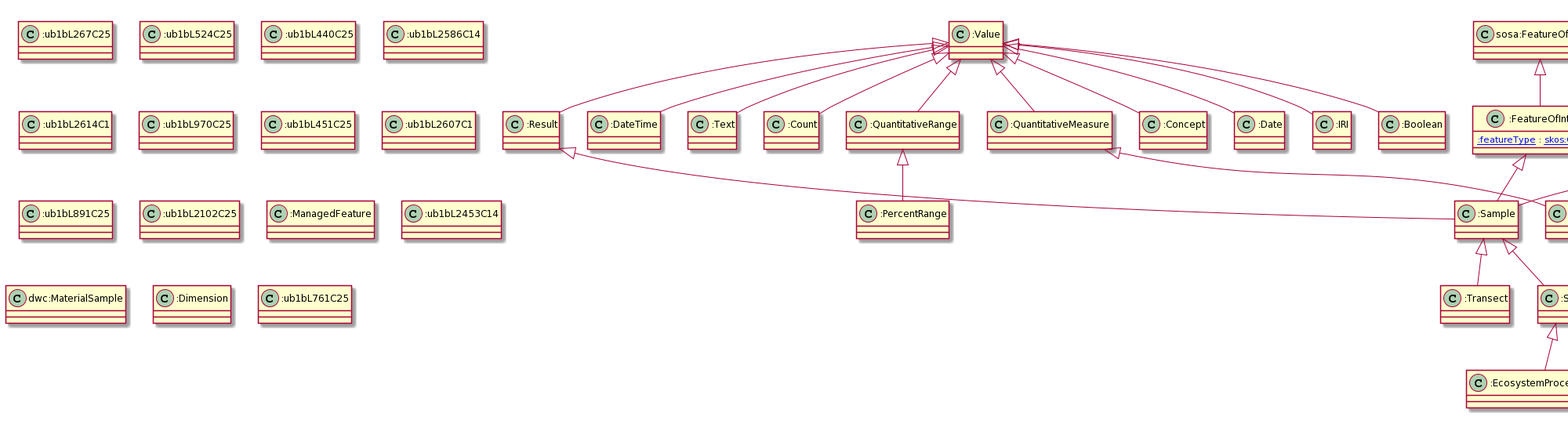
This is docs/tern.ttl.txt.png from ternaustralia/ontology_tern, a PlantUML export, as it was before one commit.
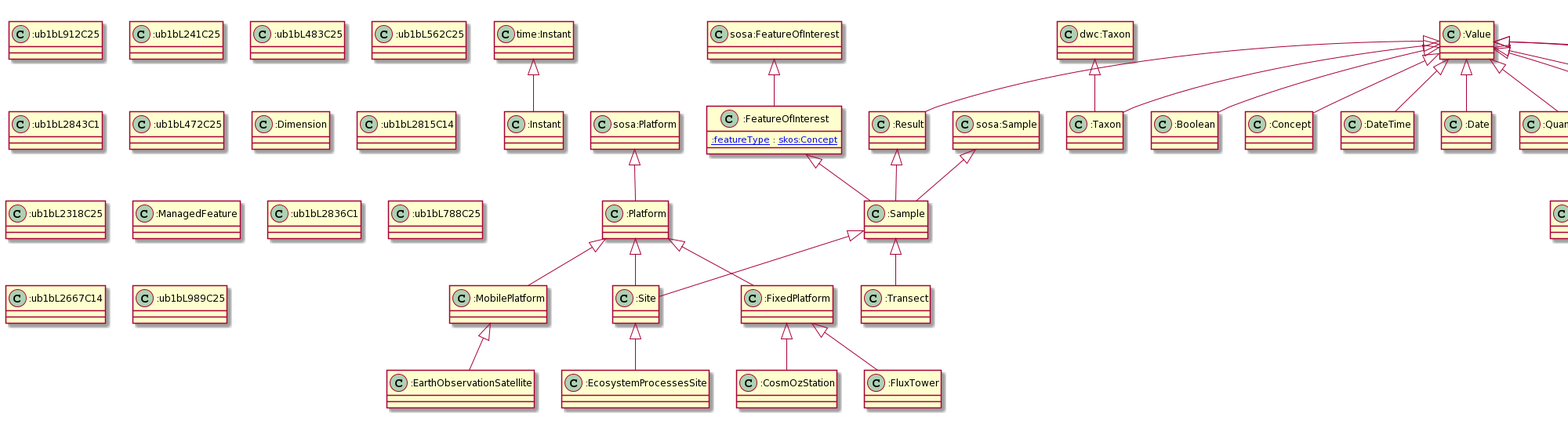
Above is the later version.

What changed in the source:
```diff
@@ -1,155 +1,175 @@
 @startuml
 title TERN Ontology
-":Value" <|-- ":Result"
 "time:Instant" <|-- ":Instant"
-":Value" <|-- ":DateTime"
-"ssn:System" <|-- ":Instrument"
-":Value" <|-- ":Text"
-"ssn:Property" <|-- ":Attribute"
-":Value" <|-- ":Count"
-"skos:Concept" <|-- ":Method"
+":Platform" <|-- ":MobilePlatform"
+":Sample" <|-- ":Transect"
+":FeatureOfInterest" <|-- ":Sample"
+":Result" <|-- ":Sample"
+"sosa:Sample" <|-- ":Sample"
+":Value" <|-- ":Concept"
+":Platform" <|-- ":Site"
+":Sample" <|-- ":Site"
+":QuantitativeMeasure" <|-- ":Percent"
+":Value" <|-- ":Boolean"
+":Value" <|-- ":QuantitativeMeasure"
+"dwc:Taxon" <|-- ":Taxon"
+":Value" <|-- ":Taxon"
+"dcat:Distribution" <|-- ":Distribution"
+"dcat:Dataset" <|-- ":Dataset"
+"sosa:FeatureOfInterest" <|-- ":FeatureOfInterest"
+"ssn:Input" <|-- ":Input"
+"skos:Concept" <|-- ":DigitalCamera"
+"ssn:Deployment" <|-- ":Deployment"
 ":Instrument" <|-- ":Sampler"
 "sosa:Sampler" <|-- ":Sampler"
+":System" <|-- ":Sampler"
+":Value" <|-- ":Text"
+":Value" <|-- ":DateTime"
+":QuantitativeRange" <|-- ":PercentRange"
 ":Platform" <|-- ":FixedPlatform"
-":QuantitativeRange" <|-- ":PercentRange"
 "skos:Concept" <|-- ":CategoricalValue"
+"ssn:System" <|-- ":System"
+"sosa:Platform" <|-- ":Platform"
+":FixedPlatform" <|-- ":CosmOzStation"
+":System" <|-- ":Instrument"
+"ssn:System" <|-- ":Instrument"
+"ssn:Property" <|-- ":Attribute"
+":FixedPlatform" <|-- ":FluxTower"
+"sosa:ObservableProperty" <|-- ":ObservableProperty"
+"prov:Activity" <|-- ":Sampling"
+"sosa:Sampling" <|-- ":Sampling"
+"skos:Concept" <|-- ":Parameter"
+":Instrument" <|-- ":Sensor"
+"sosa:Sensor" <|-- ":Sensor"
+":Value" <|-- ":IRI"
+":Value" <|-- ":Count"
+":Value" <|-- ":QuantitativeRange"
 ":Site" <|-- ":EcosystemProcessesSite"
-":Value" <|-- ":QuantitativeMeasure"
-":Sample" <|-- ":Transect"
-":Value" <|-- ":Concept"
-"sosa:Procedure" <|-- ":Procedure"
-":Value" <|-- ":Date"
-"prov:Activity" <|-- ":SiteVisit"
-":Sample" <|-- ":Site"
-":Platform" <|-- ":Site"
-":FixedPlatform" <|-- ":FluxTower"
-"skos:Concept" <|-- ":DigitalCamera"
-":Value" <|-- ":IRI"
-":Platform" <|-- ":MobilePlatform"
+"skos:Concept" <|-- ":Method"
+":MobilePlatform" <|-- ":EarthObservationSatellite"
 "prov:Activity" <|-- ":Observation"
 "sosa:Observation" <|-- ":Observation"
-"prov:Activity" <|-- ":Sampling"
-"sosa:Sampling" <|-- ":Sampling"
-"sosa:FeatureOfInterest" <|-- ":FeatureOfInterest"
-"sosa:Sensor" <|-- ":Sensor"
-":Instrument" <|-- ":Sensor"
-":Value" <|-- ":QuantitativeRange"
-":Result" <|-- ":Sample"
-"sosa:Sample" <|-- ":Sample"
-":FeatureOfInterest" <|-- ":Sample"
-"skos:Concept" <|-- ":Parameter"
-":QuantitativeMeasure" <|-- ":Percent"
-":MobilePlatform" <|-- ":EarthObservationSatellite"
-"ssn:Input" <|-- ":Input"
-"sosa:Platform" <|-- ":Platform"
-"sosa:ObservableProperty" <|-- ":ObservableProperty"
-":Value" <|-- ":Boolean"
-Class ":Result" [[https://w3id.org/tern/ontologies/tern/Result]] {
-}
+":Value" <|-- ":Date"
+"sosa:Procedure" <|-- ":Procedure"
+":Value" <|-- ":Result"
+"sosa:ObservationCollection" <|-- ":ObservationCollection"
+"prov:Activity" <|-- ":SiteVisit"
 Class ":Instant" [[https://w3id.org/tern/ontologies/tern/Instant]] {
 }
-Class ":ub1bL267C25" [[ub1bL267C25]] {
+Class ":MobilePlatform" [[https://w3id.org/tern/ontologies/tern/MobilePlatform]] {
 }
-Class ":ub1bL524C25" [[ub1bL524C25]] {
+Class ":Transect" [[https://w3id.org/tern/ontologies/tern/Transect]] {
 }
-Class ":DateTime" [[https://w3id.org/tern/ontologies/tern/DateTime]] {
+Class ":Sample" [[https://w3id.org/tern/ontologies/tern/Sample]] {
 }
-Class ":Instrument" [[https://w3id.org/tern/ontologies/tern/Instrument]] {
+Class ":Concept" [[https://w3id.org/tern/ontologies/tern/Concept]] {
 }
-Class ":Text" [[https://w3id.org/tern/ontologies/tern/Text]] {
+Class ":Site" [[https://w3id.org/tern/ontologies/tern/Site]] {
 }
-Class ":Attribute" [[https://w3id.org/tern/ontologies/tern/Attribute]] {
+Class ":ub1bL912C25" [[ub1bL912C25]] {
 }
-Class ":Count" [[https://w3id.org/tern/ontologies/tern/Count]] {
+Class ":Percent" [[https://w3id.org/tern/ontologies/tern/Percent]] {
 }
-Class ":Method" [[https://w3id.org/tern/ontologies/tern/Method]] {
+Class ":ub1bL241C25" [[ub1bL241C25]] {
 }
-Class ":ub1bL440C25" [[ub1bL440C25]] {
+Class ":ub1bL483C25" [[ub1bL483C25]] {
 }
-Class ":Sampler" [[https://w3id.org/tern/ontologies/tern/Sampler]] {
+Class ":Boolean" [[https://w3id.org/tern/ontologies/tern/Boolean]] {
 }
-Class ":FixedPlatform" [[https://w3id.org/tern/ontologies/tern/FixedPlatform]] {
-}
-Class ":ub1bL2586C14" [[ub1bL2586C14]] {
-}
-Class ":ub1bL2614C1" [[ub1bL2614C1]] {
-}
-Class ":PercentRange" [[https://w3id.org/tern/ontologies/tern/PercentRange]] {
-}
-Class ":CategoricalValue" [[https://w3id.org/tern/ontologies/tern/CategoricalValue]] {
-}
-Class ":EcosystemProcessesSite" [[https://w3id.org/tern/ontologies/tern/EcosystemProcessesSite]] {
+Class ":ub1bL562C25" [[ub1bL562C25]] {
 }
 Class ":QuantitativeMeasure" [[https://w3id.org/tern/ontologies/tern/QuantitativeMeasure]] {
 }
-Class ":Transect" [[https://w3id.org/tern/ontologies/tern/Transect]] {
+Class ":Taxon" [[https://w3id.org/tern/ontologies/tern/Taxon]] {
 }
-Class ":Concept" [[https://w3id.org/tern/ontologies/tern/Concept]] {
+Class ":ub1bL2843C1" [[ub1bL2843C1]] {
 }
-Class ":Procedure" [[https://w3id.org/tern/ontologies/tern/Procedure]] {
+Class ":Distribution" [[https://w3id.org/tern/ontologies/tern/Distribution]] {
 }
-Class ":ub1bL970C25" [[ub1bL970C25]] {
+Class ":Dataset" [[https://w3id.org/tern/ontologies/tern/Dataset]] {
 }
-Class ":Date" [[https://w3id.org/tern/ontologies/tern/Date]] {
+Class ":ub1bL472C25" [[ub1bL472C25]] {
 }
-Class ":ub1bL451C25" [[ub1bL451C25]] {
-}
-Class ":SiteVisit" [[https://w3id.org/tern/ontologies/tern/SiteVisit]] {
-}
-Class ":ub1bL2607C1" [[ub1bL2607C1]] {
-}
-Class ":Site" [[https://w3id.org/tern/ontologies/tern/Site]] {
-}
-Class ":FluxTower" [[https://w3id.org/tern/ontologies/tern/FluxTower]] {
-}
-Class ":DigitalCamera" [[https://w3id.org/tern/ontologies/tern/DigitalCamera]] {
-}
-Class ":Concept" [[http://linked.data.gov.au/def/datatype/Concept]] {
-}
-Class ":IRI" [[https://w3id.org/tern/ontologies/tern/IRI]] {
-}
-Class ":MobilePlatform" [[https://w3id.org/tern/ontologies/tern/MobilePlatform]] {
-}
-Class ":ub1bL891C25" [[ub1bL891C25]] {
-}
-Class ":Observation" [[https://w3id.org/tern/ontologies/tern/Observation]] {
-}
-Class ":Sampling" [[https://w3id.org/tern/ontologies/tern/Sampling]] {
+Class ":Dimension" [[https://w3id.org/tern/ontologies/tern/Dimension]] {
 }
 Class ":FeatureOfInterest" [[https://w3id.org/tern/ontologies/tern/FeatureOfInterest]] {
 [[https://w3id.org/tern/ontologies/tern/featureType :featureType]] : [[http://www.w3.org/2004/02/skos/core#Concept skos:Concept]]
 }
-Class ":ub1bL2102C25" [[ub1bL2102C25]] {
+Class ":ub1bL2815C14" [[ub1bL2815C14]] {
+}
+Class ":ub1bL2318C25" [[ub1bL2318C25]] {
+}
+Class ":Input" [[https://w3id.org/tern/ontologies/tern/Input]] {
+}
+Class ":DigitalCamera" [[https://w3id.org/tern/ontologies/tern/DigitalCamera]] {
+}
+Class ":Deployment" [[https://w3id.org/tern/ontologies/tern/Deployment]] {
+}
+Class ":Sampler" [[https://w3id.org/tern/ontologies/tern/Sampler]] {
+}
+Class ":Text" [[https://w3id.org/tern/ontologies/tern/Text]] {
+}
+Class ":ManagedFeature" [[https://w3id.org/tern/ontologies/tern/ManagedFeature]] {
+}
+Class ":DateTime" [[https://w3id.org/tern/ontologies/tern/DateTime]] {
+}
+Class ":PercentRange" [[https://w3id.org/tern/ontologies/tern/PercentRange]] {
+}
+Class ":FixedPlatform" [[https://w3id.org/tern/ontologies/tern/FixedPlatform]] {
+}
+Class ":CategoricalValue" [[https://w3id.org/tern/ontologies/tern/CategoricalValue]] {
+}
+Class ":ub1bL2836C1" [[ub1bL2836C1]] {
+}
+Class ":System" [[https://w3id.org/tern/ontologies/tern/System]] {
+}
+Class ":ub1bL788C25" [[ub1bL788C25]] {
+}
+Class ":Platform" [[https://w3id.org/tern/ontologies/tern/Platform]] {
+}
+Class ":CosmOzStation" [[https://w3id.org/tern/ontologies/tern/CosmOzStation]] {
+}
+Class ":Instrument" [[https://w3id.org/tern/ontologies/tern/Instrument]] {
+}
+Class ":Attribute" [[https://w3id.org/tern/ontologies/tern/Attribute]] {
+}
+Class ":FluxTower" [[https://w3id.org/tern/ontologies/tern/FluxTower]] {
+}
+Class ":ObservableProperty" [[https://w3id.org/tern/ontologies/tern/ObservableProperty]] {
+}
+Class ":Sampling" [[https://w3id.org/tern/ontologies/tern/Sampling]] {
+}
+Class ":Parameter" [[https://w3id.org/tern/ontologies/tern/Parameter]] {
 }
 Class ":Sensor" [[https://w3id.org/tern/ontologies/tern/Sensor]] {
 }
+Class ":IRI" [[https://w3id.org/tern/ontologies/tern/IRI]] {
+}
+Class ":Count" [[https://w3id.org/tern/ontologies/tern/Count]] {
+}
 Class ":QuantitativeRange" [[https://w3id.org/tern/ontologies/tern/QuantitativeRange]] {
 }
-Class ":Sample" [[https://w3id.org/tern/ontologies/tern/Sample]] {
+Class ":EcosystemProcessesSite" [[https://w3id.org/tern/ontologies/tern/EcosystemProcessesSite]] {
 }
-Class ":ManagedFeature" [[https://w3id.org/tern/ontologies/tern/ManagedFeature]] {
+Class ":Method" [[https://w3id.org/tern/ontologies/tern/Method]] {
 }
-Class ":Parameter" [[https://w3id.org/tern/ontologies/tern/Parameter]] {
+Class ":ub1bL2667C14" [[ub1bL2667C14]] {
 }
-Class ":ub1bL2453C14" [[ub1bL2453C14]] {
-}
-Class ":Percent" [[https://w3id.org/tern/ontologies/tern/Percent]] {
+Class ":ub1bL989C25" [[ub1bL989C25]] {
 }
 Class ":EarthObservationSatellite" [[https://w3id.org/tern/ontologies/tern/EarthObservationSatellite]] {
 }
-Class ":Input" [[https://w3id.org/tern/ontologies/tern/Input]] {
+Class ":Observation" [[https://w3id.org/tern/ontologies/tern/Observation]] {
 }
-Class "dwc:MaterialSample" [[http://rs.tdwg.org/dwc/terms/MaterialSample]] {
+Class ":Date" [[https://w3id.org/tern/ontologies/tern/Date]] {
 }
-Class ":Dimension" [[https://w3id.org/tern/ontologies/tern/Dimension]] {
+Class ":Procedure" [[https://w3id.org/tern/ontologies/tern/Procedure]] {
 }
-Class ":Platform" [[https://w3id.org/tern/ontologies/tern/Platform]] {
+Class ":Result" [[https://w3id.org/tern/ontologies/tern/Result]] {
 }
-Class ":ObservableProperty" [[https://w3id.org/tern/ontologies/tern/ObservableProperty]] {
+Class ":ObservationCollection" [[https://w3id.org/tern/ontologies/tern/ObservationCollection]] {
 }
-Class ":Boolean" [[https://w3id.org/tern/ontologies/tern/Boolean]] {
-}
-Class ":ub1bL761C25" [[ub1bL761C25]] {
+Class ":SiteVisit" [[https://w3id.org/tern/ontologies/tern/SiteVisit]] {
 }
 center footer Generated by [[https://github.com/edmondchuc/ontogram https://github.com/edmondchuc/ontogram]]
 @enduml
```
